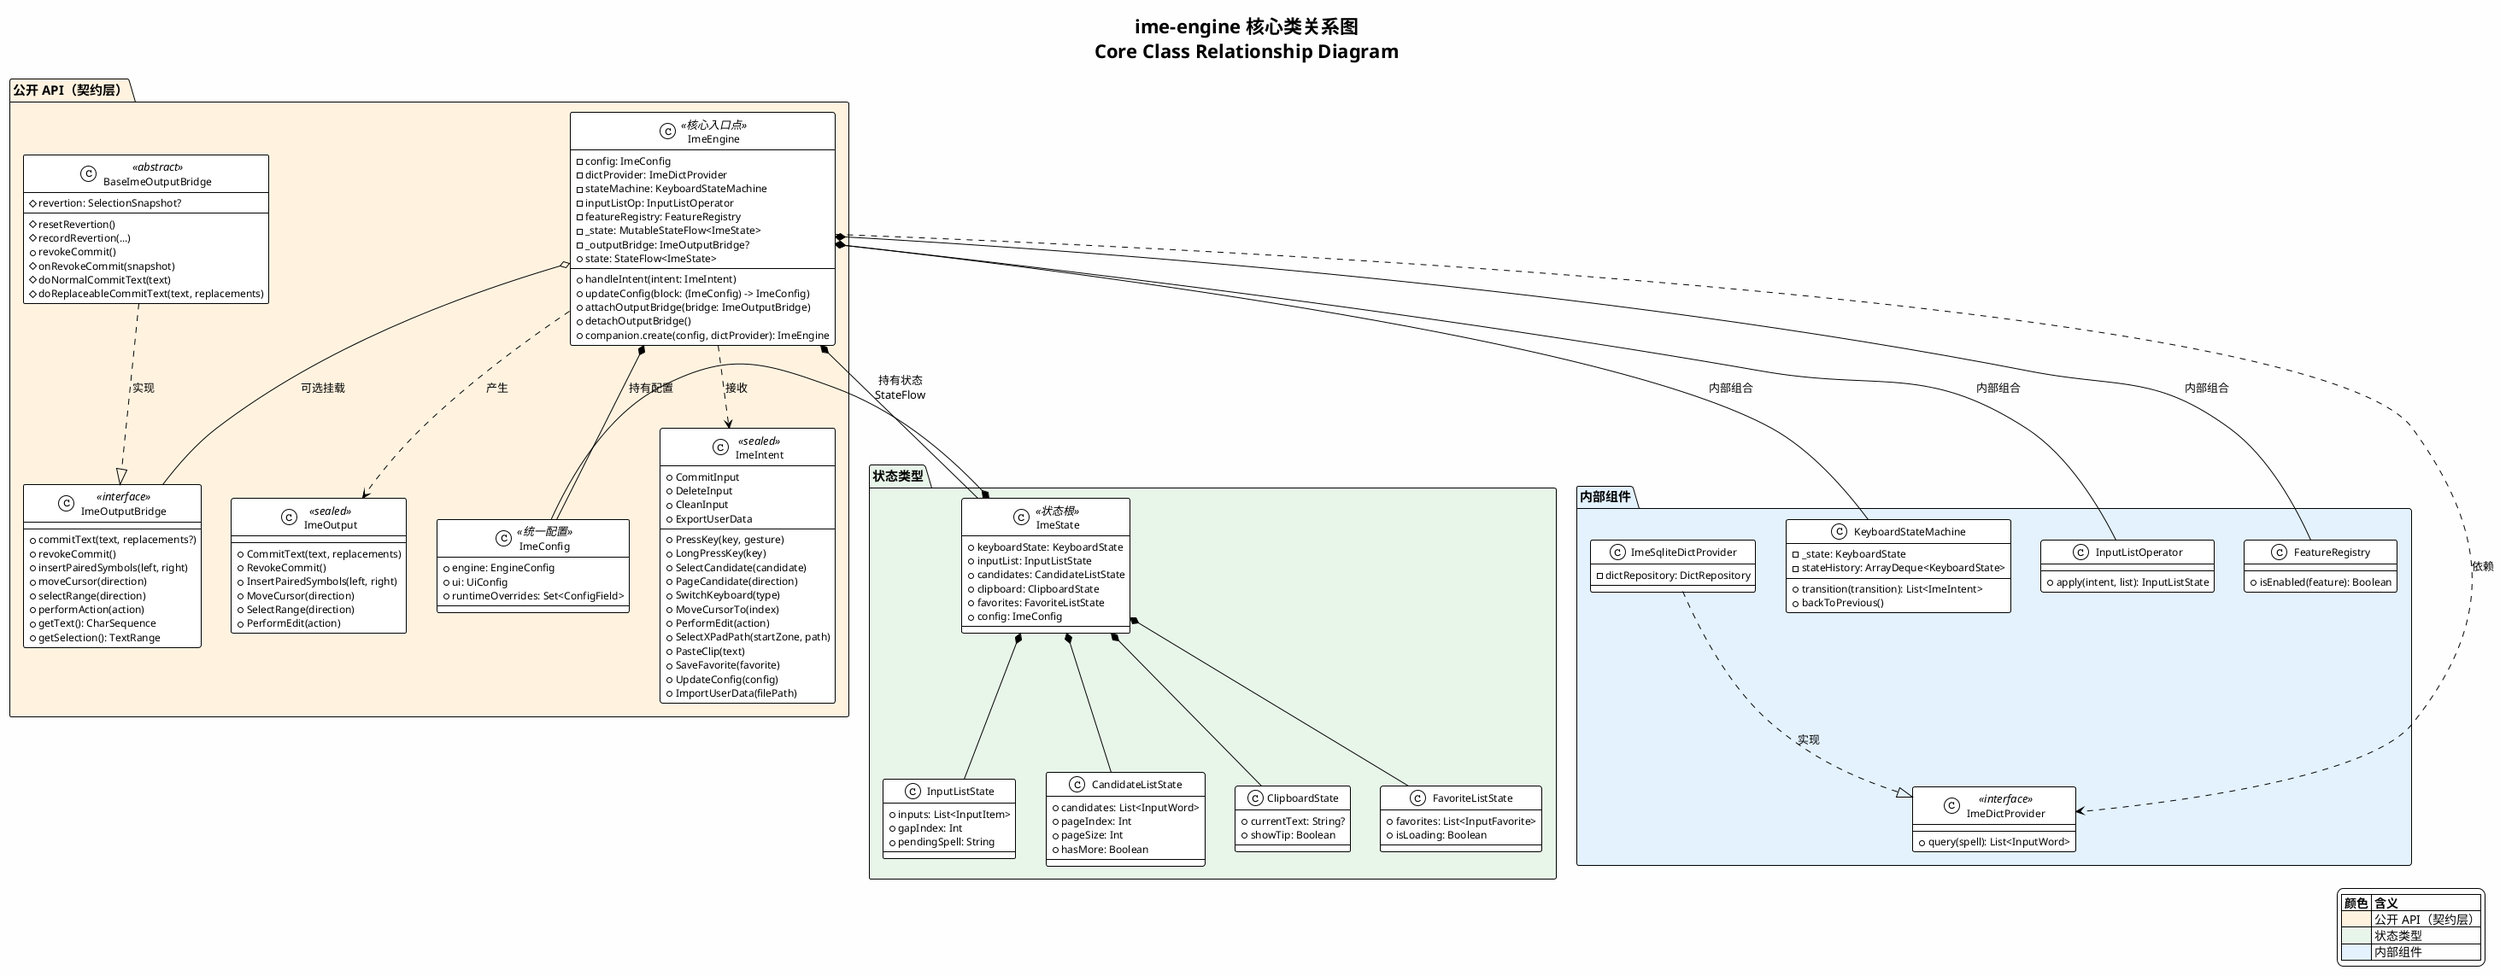
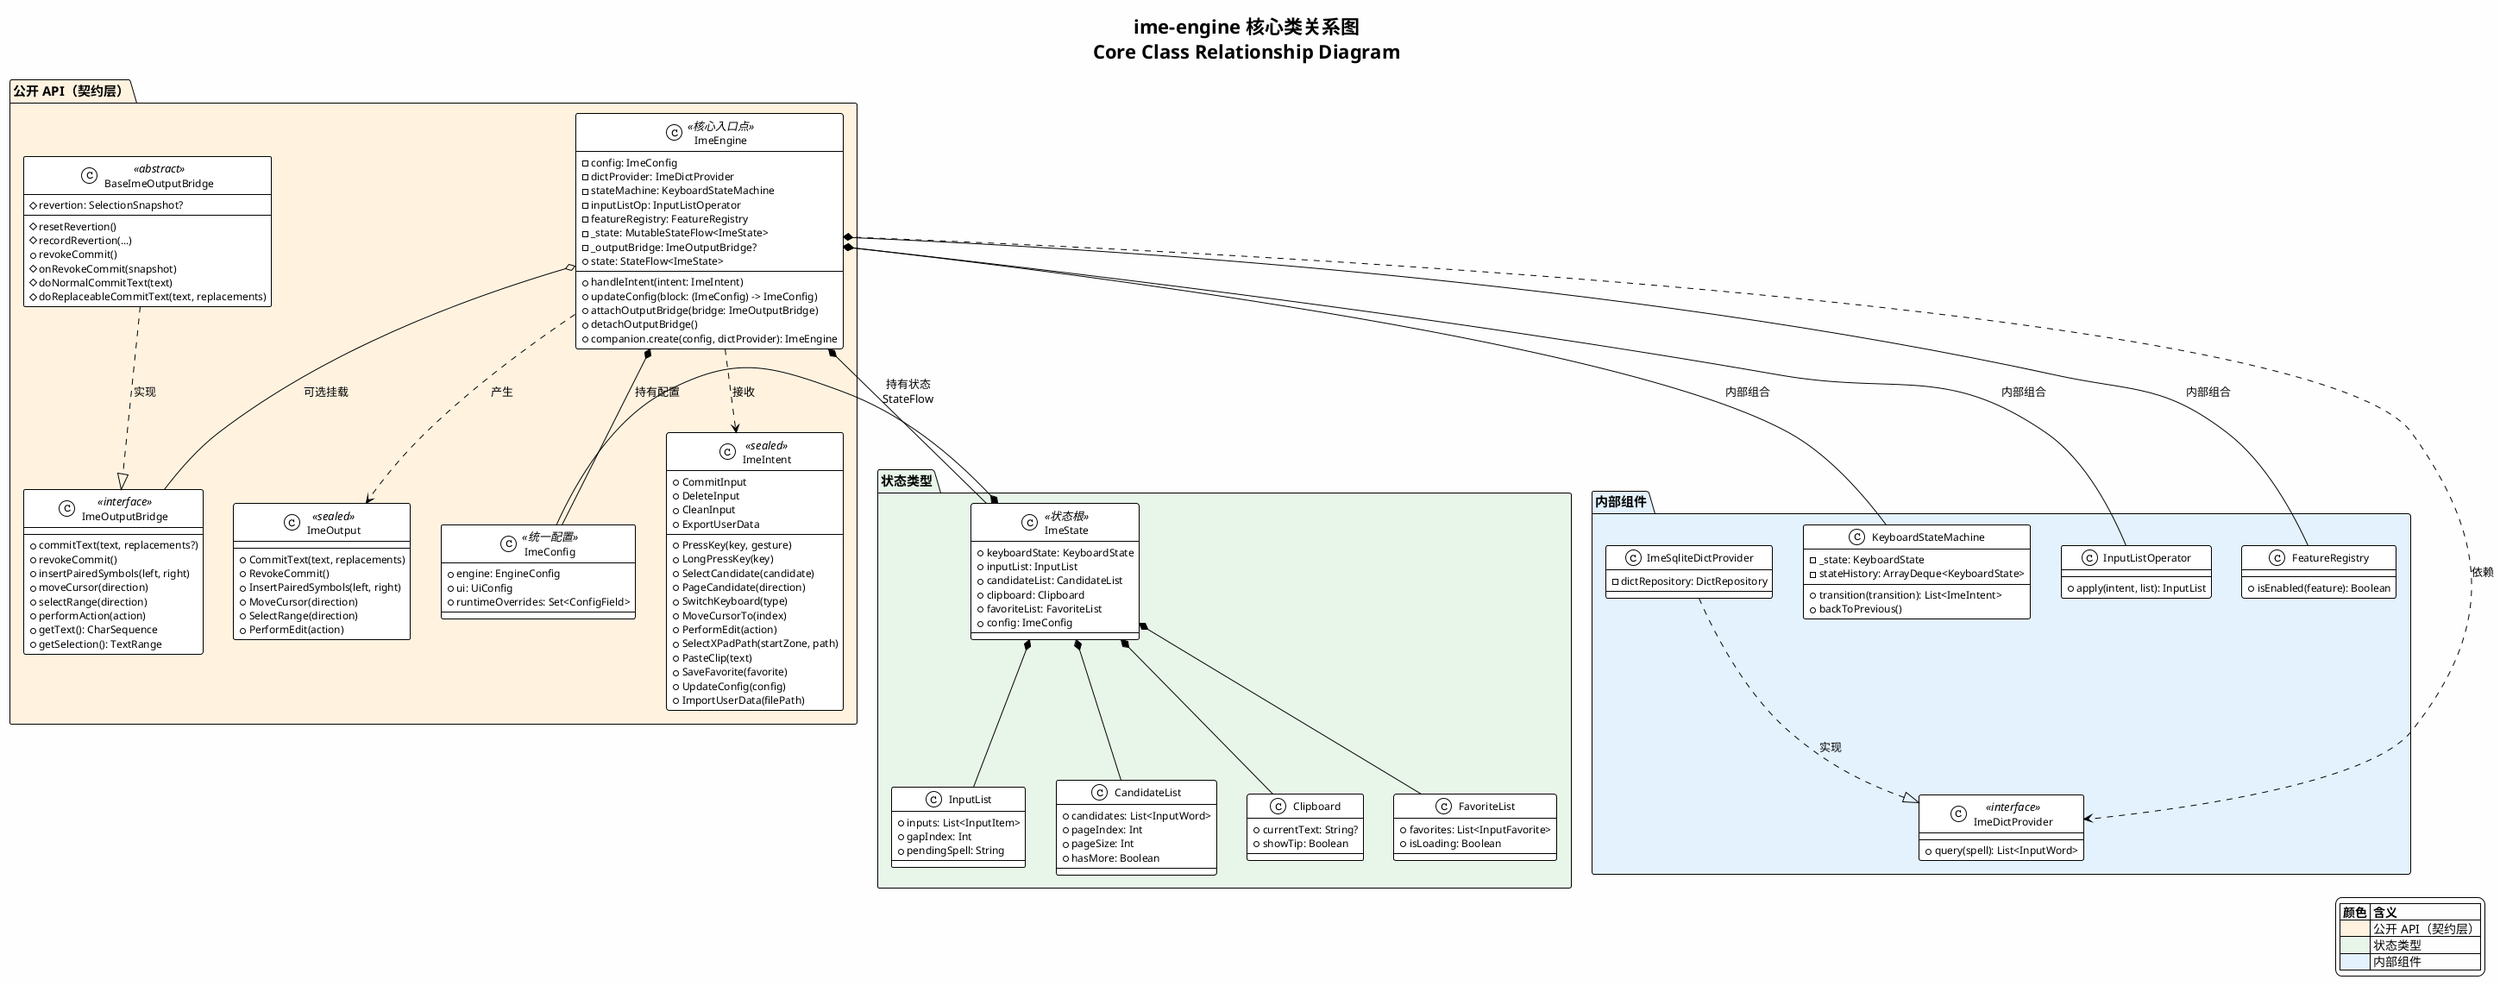
@startuml engine-overview
!theme plain
skinparam backgroundColor #FEFEFE
skinparam shadowing false
skinparam defaultFontSize 13
skinparam componentFontSize 14
skinparam packageFontSize 15
skinparam classFontSize 14
skinparam classAttributeFontSize 12

title :ime-engine 核心类关系图\nCore Class Relationship Diagram

' ─── Public API (契约层) ──────────────────────────────────────────

package "公开 API（契约层）" as api #FFF3E0 {

    class ImeEngine <<核心入口点>> {
        - config: ImeConfig
        - dictProvider: ImeDictProvider
        - stateMachine: KeyboardStateMachine
        - inputListOp: InputListOperator
        - featureRegistry: FeatureRegistry
        - _state: MutableStateFlow<ImeState>
        - _outputBridge: ImeOutputBridge?
        + state: StateFlow<ImeState>
        + handleIntent(intent: ImeIntent)
        + updateConfig(block: (ImeConfig) -> ImeConfig)
        + attachOutputBridge(bridge: ImeOutputBridge)
        + detachOutputBridge()
        + companion.create(config, dictProvider): ImeEngine
    }

    class ImeConfig <<统一配置>> {
        + engine: EngineConfig
        + ui: UiConfig
        + runtimeOverrides: Set<ConfigField>
    }

    class ImeIntent <<sealed>> {
        + PressKey(key, gesture)
        + LongPressKey(key)
        + SelectCandidate(candidate)
        + PageCandidate(direction)
        + SwitchKeyboard(type)
        + CommitInput
        + DeleteInput
        + CleanInput
        + MoveCursorTo(index)
        + PerformEdit(action)
        + SelectXPadPath(startZone, path)
        + PasteClip(text)
        + SaveFavorite(favorite)
        + UpdateConfig(config)
        + ExportUserData
        + ImportUserData(filePath)
    }

    class ImeOutput <<sealed>> {
        + CommitText(text, replacements)
        + RevokeCommit()
        + InsertPairedSymbols(left, right)
        + MoveCursor(direction)
        + SelectRange(direction)
        + PerformEdit(action)
    }

    class ImeOutputBridge <<interface>> {
        + commitText(text, replacements?)
        + revokeCommit()
        + insertPairedSymbols(left, right)
        + moveCursor(direction)
        + selectRange(direction)
        + performAction(action)
        + getText(): CharSequence
        + getSelection(): TextRange
    }

    class BaseImeOutputBridge <<abstract>> {
        # revertion: SelectionSnapshot?
        # resetRevertion()
        # recordRevertion(...)
        + revokeCommit()
        # onRevokeCommit(snapshot)
        # doNormalCommitText(text)
        # doReplaceableCommitText(text, replacements)
    }
}

' ─── State 子状态类型 ──────────────────────────────────────────

package "状态类型" as state #E8F5E9 {

    class ImeState <<状态根>> {
        + keyboardState: KeyboardState
-         + inputList: InputListState
-         + candidates: CandidateListState
-         + clipboard: ClipboardState
-         + favorites: FavoriteListState
+         + inputList: InputList
+         + candidateList: CandidateList
+         + clipboard: Clipboard
+         + favoriteList: FavoriteList
        + config: ImeConfig
    }

-     class InputListState {
+     class InputList {
        + inputs: List<InputItem>
        + gapIndex: Int
        + pendingSpell: String
    }

-     class CandidateListState {
+     class CandidateList {
        + candidates: List<InputWord>
        + pageIndex: Int
        + pageSize: Int
        + hasMore: Boolean
    }

-     class ClipboardState {
+     class Clipboard {
        + currentText: String?
        + showTip: Boolean
    }

-     class FavoriteListState {
+     class FavoriteList {
        + favorites: List<InputFavorite>
        + isLoading: Boolean
    }
}

' ─── 内部组件 ──────────────────────────────────────────────────

package "内部组件" as internal #E3F2FD {

    class KeyboardStateMachine {
        - _state: KeyboardState
        - stateHistory: ArrayDeque<KeyboardState>
        + transition(transition): List<ImeIntent>
        + backToPrevious()
    }

    class InputListOperator {
-         + apply(intent, list): InputListState
+         + apply(intent, list): InputList
    }

    class FeatureRegistry {
        + isEnabled(feature): Boolean
    }

    class ImeDictProvider <<interface>> {
        + query(spell): List<InputWord>
    }

    class ImeSqliteDictProvider {
        - dictRepository: DictRepository
    }
}

' ─── 关系 ──────────────────────────────────────────────────────

ImeEngine *-- ImeConfig : "持有配置"
ImeEngine *-- ImeState : "持有状态\nStateFlow"
ImeEngine *-- KeyboardStateMachine : "内部组合"
ImeEngine *-- InputListOperator : "内部组合"
ImeEngine *-- FeatureRegistry : "内部组合"
ImeEngine o-- ImeOutputBridge : "可选挂载"

ImeEngine ..> ImeIntent : "接收"
ImeEngine ..> ImeOutput : "产生"
ImeEngine ..> ImeDictProvider : "依赖"

BaseImeOutputBridge ..|> ImeOutputBridge : "实现"
ImeSqliteDictProvider ..|> ImeDictProvider : "实现"

- ImeState *-- InputListState
- ImeState *-- CandidateListState
- ImeState *-- ClipboardState
- ImeState *-- FavoriteListState
+ ImeState *-- InputList
+ ImeState *-- CandidateList
+ ImeState *-- Clipboard
+ ImeState *-- FavoriteList
ImeState *-- ImeConfig

' ─── 图例 ──────────────────────────────────────────────────────

legend right
  |= 颜色 |= 含义 |
  |<#FFF3E0>| 公开 API（契约层）|
  |<#E8F5E9>| 状态类型 |
  |<#E3F2FD>| 内部组件 |
endlegend

@enduml
